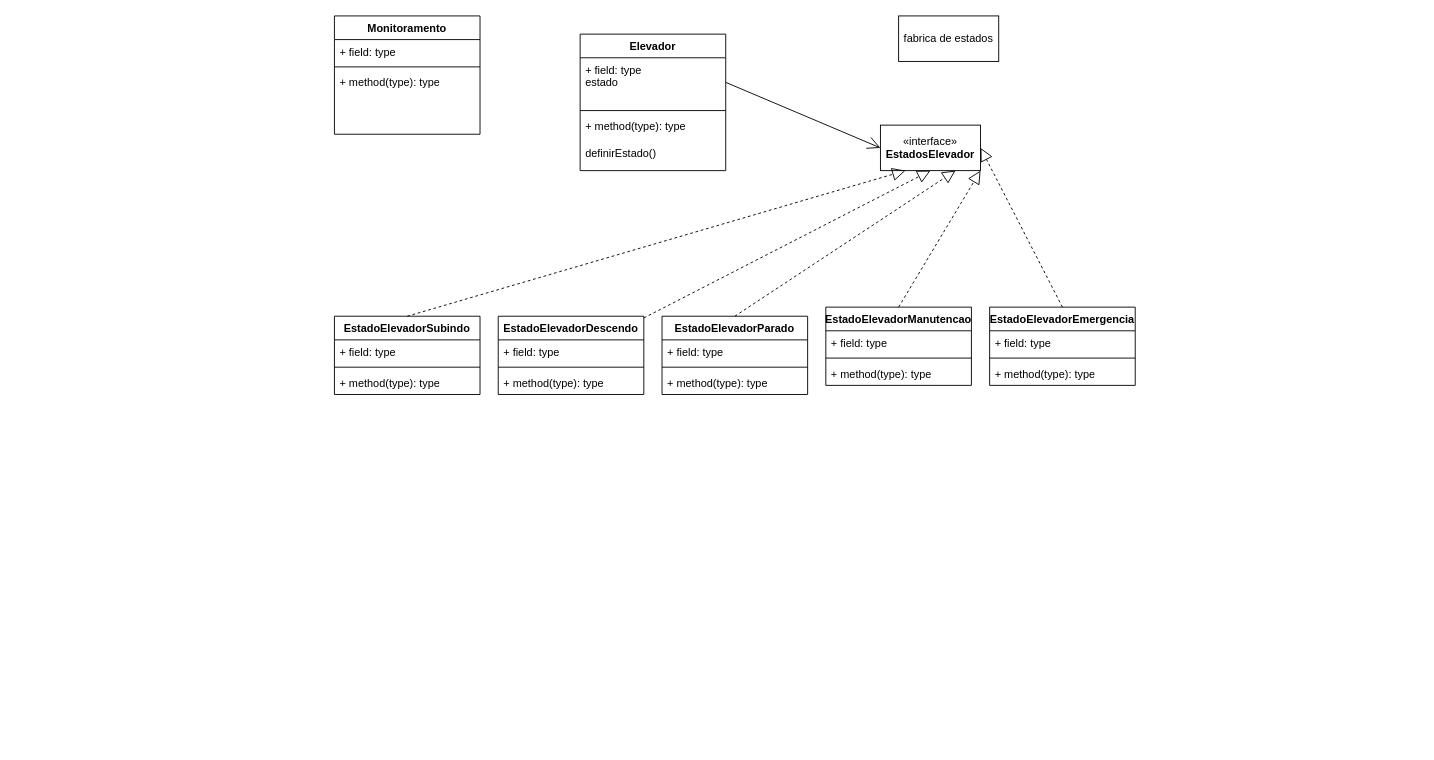
This is page "Exercicio Elevador" (4 of 4) of modulo-design-patterns/DiagramasUML.drawio from mosmendes/repo-mba-ufscar2025, a draw.io file, before an edit. Source tidied: cells renumbered, new cells numbered last; positions are measured from the earlier drawing's top-left corner, leaving out a move shared by most shapes. Both pictures are drawn from the tidied source at 91%, with x=0, y=0 at pixel (334, 15).
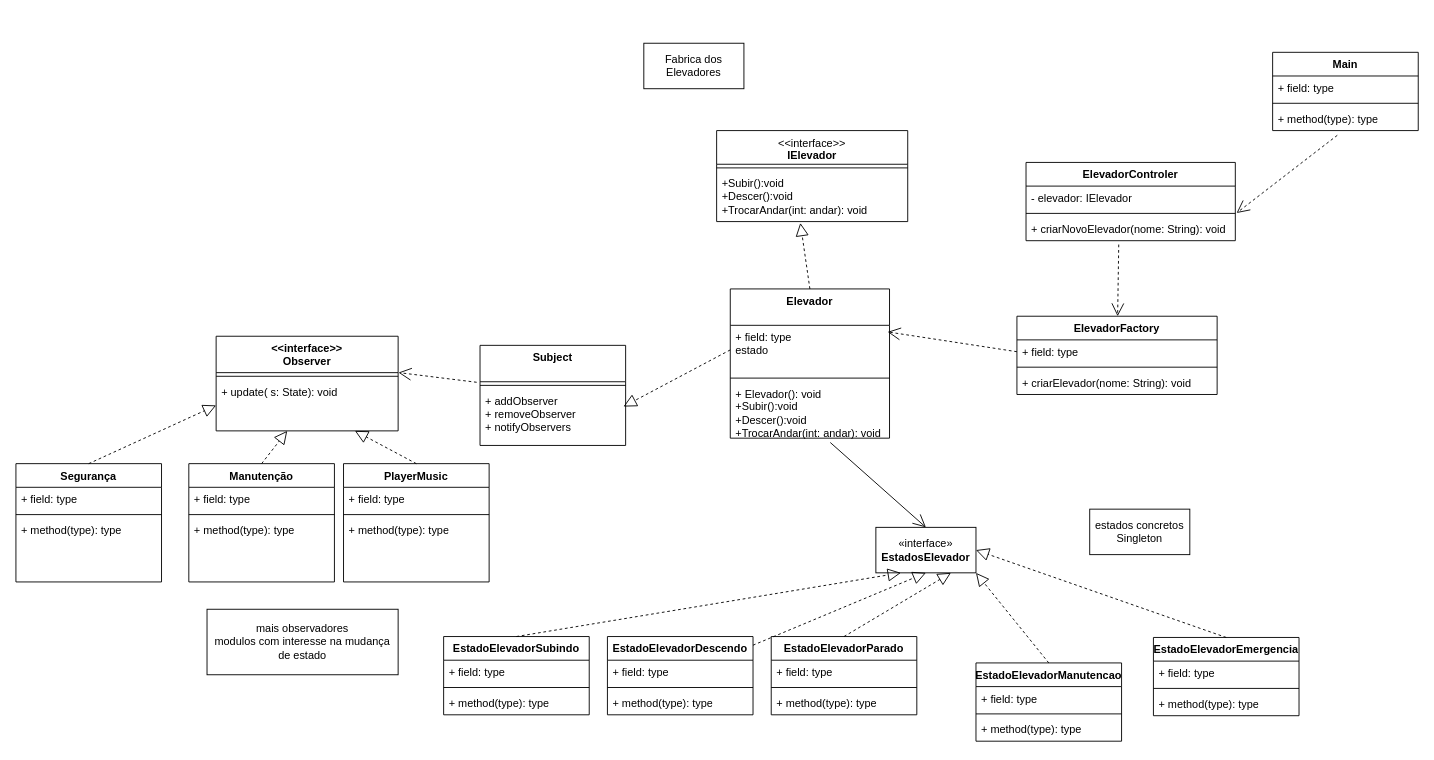
Above is the later version.

The edit, as a diff of the source:
```diff
@@
-    <mxCell id="2" value="Elevador" style="swimlane;fontStyle=1;align=center;verticalAlign=top;horizontal=1;startSize=26;whiteSpace=wrap;html=1;" parent="1" vertex="1">
-      <mxGeometry x="270" y="20" width="160" height="150" as="geometry" />
+    <mxCell id="2" value="Elevador" style="swimlane;fontStyle=1;align=center;verticalAlign=top;horizontal=1;startSize=40;whiteSpace=wrap;html=1;" parent="1" vertex="1">
+      <mxGeometry x="435" y="300" width="175" height="164" as="geometry" />
     </mxCell>
     <mxCell id="3" value="+ field: type&lt;div&gt;estado&lt;/div&gt;" style="text;strokeColor=none;fillColor=none;align=left;verticalAlign=top;spacingLeft=4;spacingRight=4;overflow=hidden;points=[[0,0.5],[1,0.5]];portConstraint=eastwest;whiteSpace=wrap;html=1;" parent="2" vertex="1">
-      <mxGeometry y="26" width="160" height="54" as="geometry" />
+      <mxGeometry y="40" width="175" height="54" as="geometry" />
     </mxCell>
     <mxCell id="4" style="line;strokeWidth=1;fillColor=none;align=left;verticalAlign=middle;spacingTop=-1;spacingLeft=3;spacingRight=3;labelPosition=right;strokeColor=inherit;" parent="2" vertex="1">
-      <mxGeometry y="80" width="160" height="8" as="geometry" />
+      <mxGeometry y="94" width="175" height="8" as="geometry" />
     </mxCell>
-    <mxCell id="5" value="+ method(type): type&lt;div&gt;&lt;br&gt;&lt;/div&gt;&lt;div&gt;definirEstado()&lt;/div&gt;&lt;div&gt;&lt;br&gt;&lt;/div&gt;" style="text;strokeColor=none;fillColor=none;align=left;verticalAlign=top;spacingLeft=4;spacingRight=4;overflow=hidden;points=[[0,0.5],[1,0.5]];portConstraint=eastwest;whiteSpace=wrap;html=1;" parent="2" vertex="1">
-      <mxGeometry y="88" width="160" height="62" as="geometry" />
+    <mxCell id="5" value="&lt;div&gt;+ Elevador(): void&lt;/div&gt;&lt;div&gt;&lt;div&gt;+Subir():void&lt;/div&gt;&lt;div&gt;+Descer():void&lt;/div&gt;&lt;div&gt;+TrocarAndar(int: andar): void&lt;/div&gt;&lt;/div&gt;" style="text;strokeColor=none;fillColor=none;align=left;verticalAlign=top;spacingLeft=4;spacingRight=4;overflow=hidden;points=[[0,0.5],[1,0.5]];portConstraint=eastwest;whiteSpace=wrap;html=1;" parent="2" vertex="1">
+      <mxGeometry y="102" width="175" height="62" as="geometry" />
     </mxCell>
     <mxCell id="6" value="«interface»&lt;br&gt;&lt;b&gt;EstadosElevador&lt;/b&gt;" style="html=1;whiteSpace=wrap;" parent="1" vertex="1">
-      <mxGeometry x="600" y="120" width="110" height="50" as="geometry" />
+      <mxGeometry x="595" y="562" width="110" height="50" as="geometry" />
     </mxCell>
     <mxCell id="7" value="EstadoElevadorSubindo" style="swimlane;fontStyle=1;align=center;verticalAlign=top;horizontal=1;startSize=26;whiteSpace=wrap;html=1;" parent="1" vertex="1">
-      <mxGeometry y="330" width="160" height="86" as="geometry" />
+      <mxGeometry x="120" y="682" width="160" height="86" as="geometry" />
     </mxCell>
@@
     <mxCell id="11" value="EstadoElevadorDescendo" style="swimlane;fontStyle=1;align=center;verticalAlign=top;horizontal=1;startSize=26;whiteSpace=wrap;html=1;" parent="1" vertex="1">
-      <mxGeometry x="180" y="330" width="160" height="86" as="geometry" />
+      <mxGeometry x="300" y="682" width="160" height="86" as="geometry" />
     </mxCell>
@@
     <mxCell id="15" value="EstadoElevadorParado" style="swimlane;fontStyle=1;align=center;verticalAlign=top;horizontal=1;startSize=26;whiteSpace=wrap;html=1;" parent="1" vertex="1">
-      <mxGeometry x="360" y="330" width="160" height="86" as="geometry" />
+      <mxGeometry x="480" y="682" width="160" height="86" as="geometry" />
     </mxCell>
@@
-    <mxCell id="22" style="endArrow=open;endFill=1;endSize=12;html=1;rounded=0;exitX=1;exitY=0.5;exitDx=0;exitDy=0;entryX=0;entryY=0.5;entryDx=0;entryDy=0;" parent="1" edge="1" source="3" target="6">
+    <mxCell id="22" style="endArrow=open;endFill=1;endSize=12;html=1;rounded=0;exitX=0.628;exitY=1.077;exitDx=0;exitDy=0;entryX=0.5;entryY=0;entryDx=0;entryDy=0;exitPerimeter=0;" parent="1" edge="1" source="5" target="6">
       <mxGeometry relative="1" as="geometry" />
     </mxCell>
     <mxCell id="23" value="EstadoElevadorManutencao" style="swimlane;fontStyle=1;align=center;verticalAlign=top;horizontal=1;startSize=26;whiteSpace=wrap;html=1;" parent="1" vertex="1">
-      <mxGeometry x="540" y="320" width="160" height="86" as="geometry" />
+      <mxGeometry x="705" y="711" width="160" height="86" as="geometry" />
     </mxCell>
@@
     <mxCell id="28" value="EstadoElevadorEmergencia" style="swimlane;fontStyle=1;align=center;verticalAlign=top;horizontal=1;startSize=26;whiteSpace=wrap;html=1;" parent="1" vertex="1">
-      <mxGeometry x="720" y="320" width="160" height="86" as="geometry" />
+      <mxGeometry x="900" y="683" width="160" height="86" as="geometry" />
     </mxCell>
@@
-    <mxCell id="33" value="Monitoramento" style="swimlane;fontStyle=1;align=center;verticalAlign=top;horizontal=1;startSize=26;whiteSpace=wrap;html=1;" parent="1" vertex="1">
-      <mxGeometry width="160" height="130" as="geometry" />
+    <mxCell id="33" value="Manutenção" style="swimlane;fontStyle=1;align=center;verticalAlign=top;horizontal=1;startSize=26;whiteSpace=wrap;html=1;" parent="1" vertex="1">
+      <mxGeometry x="-160" y="492" width="160" height="130" as="geometry" />
     </mxCell>
@@
-    <mxCell id="37" value="fabrica de estados" style="html=1;whiteSpace=wrap;" parent="1" vertex="1">
-      <mxGeometry x="620" width="110" height="50" as="geometry" />
-    </mxCell>
+    <mxCell id="38" value="&lt;div&gt;&amp;lt;&amp;lt;interface&amp;gt;&amp;gt;&lt;/div&gt;Observer" style="swimlane;fontStyle=1;align=center;verticalAlign=top;horizontal=1;startSize=40;whiteSpace=wrap;html=1;" parent="1" vertex="1">
+      <mxGeometry x="-130" y="352" width="200" height="104" as="geometry" />
+    </mxCell>
+    <mxCell id="39" style="line;strokeWidth=1;fillColor=none;align=left;verticalAlign=middle;spacingTop=-1;spacingLeft=3;spacingRight=3;labelPosition=right;strokeColor=inherit;" parent="38" vertex="1">
+      <mxGeometry y="40" width="200" height="8" as="geometry" />
+    </mxCell>
+    <mxCell id="40" value="+ update( s: State): void" style="text;strokeColor=none;fillColor=none;align=left;verticalAlign=top;spacingLeft=4;spacingRight=4;overflow=hidden;points=[[0,0.5],[1,0.5]];portConstraint=eastwest;whiteSpace=wrap;html=1;" parent="38" vertex="1">
+      <mxGeometry y="48" width="200" height="56" as="geometry" />
+    </mxCell>
+    <mxCell id="41" style="endArrow=block;dashed=1;endFill=0;endSize=12;html=1;rounded=0;exitX=0.5;exitY=0;exitDx=0;exitDy=0;" parent="1" edge="1" source="33" target="40">
+      <mxGeometry relative="1" as="geometry" />
+    </mxCell>
+    <mxCell id="42" value="Subject" style="swimlane;fontStyle=1;align=center;verticalAlign=top;horizontal=1;startSize=40;whiteSpace=wrap;html=1;" parent="1" vertex="1">
+      <mxGeometry x="160" y="362" width="160" height="110" as="geometry" />
+    </mxCell>
+    <mxCell id="43" style="line;strokeWidth=1;fillColor=none;align=left;verticalAlign=middle;spacingTop=-1;spacingLeft=3;spacingRight=3;labelPosition=right;strokeColor=inherit;" parent="42" vertex="1">
+      <mxGeometry y="40" width="160" height="8" as="geometry" />
+    </mxCell>
+    <mxCell id="44" value="&lt;div&gt;+ addObserver&lt;div&gt;+ removeObserver&lt;/div&gt;&lt;div&gt;+ notifyObservers&lt;/div&gt;&lt;/div&gt;" style="text;strokeColor=none;fillColor=none;align=left;verticalAlign=top;spacingLeft=4;spacingRight=4;overflow=hidden;points=[[0,0.5],[1,0.5]];portConstraint=eastwest;whiteSpace=wrap;html=1;" parent="42" vertex="1">
+      <mxGeometry y="48" width="160" height="62" as="geometry" />
+    </mxCell>
+    <mxCell id="45" style="endArrow=block;dashed=1;endFill=0;endSize=12;html=1;rounded=0;exitX=0;exitY=0.5;exitDx=0;exitDy=0;entryX=0.985;entryY=0.311;entryDx=0;entryDy=0;entryPerimeter=0;" parent="1" edge="1" source="3" target="44">
+      <mxGeometry relative="1" as="geometry" />
+    </mxCell>
+    <mxCell id="46" style="endArrow=open;endSize=12;dashed=1;html=1;rounded=0;exitX=-0.023;exitY=0.369;exitDx=0;exitDy=0;exitPerimeter=0;entryX=1.002;entryY=0.384;entryDx=0;entryDy=0;entryPerimeter=0;" parent="1" edge="1" source="42" target="38">
+      <mxGeometry relative="1" as="geometry" />
+    </mxCell>
+    <mxCell id="47" value="Main" style="swimlane;fontStyle=1;align=center;verticalAlign=top;horizontal=1;startSize=26;whiteSpace=wrap;html=1;" parent="1" vertex="1">
+      <mxGeometry x="1031" y="40" width="160" height="86" as="geometry" />
+    </mxCell>
+    <mxCell id="48" value="+ field: type" style="text;strokeColor=none;fillColor=none;align=left;verticalAlign=top;spacingLeft=4;spacingRight=4;overflow=hidden;whiteSpace=wrap;html=1;" parent="47" vertex="1">
+      <mxGeometry y="26" width="160" height="26" as="geometry" />
+    </mxCell>
+    <mxCell id="49" style="line;strokeWidth=1;fillColor=none;align=left;verticalAlign=middle;spacingTop=-1;spacingLeft=3;spacingRight=3;labelPosition=right;strokeColor=inherit;" parent="47" vertex="1">
+      <mxGeometry y="52" width="160" height="8" as="geometry" />
+    </mxCell>
+    <mxCell id="50" value="+ method(type): type" style="text;strokeColor=none;fillColor=none;align=left;verticalAlign=top;spacingLeft=4;spacingRight=4;overflow=hidden;points=[[0,0.5],[1,0.5]];portConstraint=eastwest;whiteSpace=wrap;html=1;" parent="47" vertex="1">
+      <mxGeometry y="60" width="160" height="26" as="geometry" />
+    </mxCell>
+    <mxCell id="51" value="Fabrica dos Elevadores" style="html=1;whiteSpace=wrap;" parent="1" vertex="1">
+      <mxGeometry x="340" y="30" width="110" height="50" as="geometry" />
+    </mxCell>
+    <mxCell id="52" value="mais observadores&lt;div&gt;modulos com interesse na mudança de estado&lt;/div&gt;" style="html=1;whiteSpace=wrap;" parent="1" vertex="1">
+      <mxGeometry x="-140" y="652" width="210" height="72" as="geometry" />
+    </mxCell>
+    <mxCell id="53" value="estados concretos Singleton" style="html=1;whiteSpace=wrap;" parent="1" vertex="1">
+      <mxGeometry x="830" y="542" width="110" height="50" as="geometry" />
+    </mxCell>
+    <mxCell id="54" value="PlayerMusic" style="swimlane;fontStyle=1;align=center;verticalAlign=top;horizontal=1;startSize=26;whiteSpace=wrap;html=1;" parent="1" vertex="1">
+      <mxGeometry x="10" y="492" width="160" height="130" as="geometry" />
+    </mxCell>
+    <mxCell id="55" value="+ field: type" style="text;strokeColor=none;fillColor=none;align=left;verticalAlign=top;spacingLeft=4;spacingRight=4;overflow=hidden;whiteSpace=wrap;html=1;" parent="54" vertex="1">
+      <mxGeometry y="26" width="160" height="26" as="geometry" />
+    </mxCell>
+    <mxCell id="56" style="line;strokeWidth=1;fillColor=none;align=left;verticalAlign=middle;spacingTop=-1;spacingLeft=3;spacingRight=3;labelPosition=right;strokeColor=inherit;" parent="54" vertex="1">
+      <mxGeometry y="52" width="160" height="8" as="geometry" />
+    </mxCell>
+    <mxCell id="57" value="+ method(type): type" style="text;strokeColor=none;fillColor=none;align=left;verticalAlign=top;spacingLeft=4;spacingRight=4;overflow=hidden;whiteSpace=wrap;html=1;" parent="54" vertex="1">
+      <mxGeometry y="60" width="160" height="70" as="geometry" />
+    </mxCell>
+    <mxCell id="58" style="endArrow=block;dashed=1;endFill=0;endSize=12;html=1;rounded=0;exitX=0.5;exitY=0;exitDx=0;exitDy=0;" parent="1" edge="1" source="54" target="40">
+      <mxGeometry relative="1" as="geometry" />
+    </mxCell>
+    <mxCell id="59" value="ElevadorControler" style="swimlane;fontStyle=1;align=center;verticalAlign=top;horizontal=1;startSize=26;whiteSpace=wrap;html=1;" parent="1" vertex="1">
+      <mxGeometry x="760" y="161" width="230" height="86" as="geometry" />
+    </mxCell>
+    <mxCell id="60" value="- elevador: IElevador" style="text;strokeColor=none;fillColor=none;align=left;verticalAlign=top;spacingLeft=4;spacingRight=4;overflow=hidden;points=[[0,0.5],[1,0.5]];portConstraint=eastwest;whiteSpace=wrap;html=1;" parent="59" vertex="1">
+      <mxGeometry y="26" width="230" height="26" as="geometry" />
+    </mxCell>
+    <mxCell id="61" style="line;strokeWidth=1;fillColor=none;align=left;verticalAlign=middle;spacingTop=-1;spacingLeft=3;spacingRight=3;labelPosition=right;strokeColor=inherit;" parent="59" vertex="1">
+      <mxGeometry y="52" width="230" height="8" as="geometry" />
+    </mxCell>
+    <mxCell id="62" value="+ criarNovoElevador(nome: String): void" style="text;strokeColor=none;fillColor=none;align=left;verticalAlign=top;spacingLeft=4;spacingRight=4;overflow=hidden;points=[[0,0.5],[1,0.5]];portConstraint=eastwest;whiteSpace=wrap;html=1;" parent="59" vertex="1">
+      <mxGeometry y="60" width="230" height="26" as="geometry" />
+    </mxCell>
+    <mxCell id="63" value="ElevadorFactory" style="swimlane;fontStyle=1;align=center;verticalAlign=top;horizontal=1;startSize=26;whiteSpace=wrap;html=1;" parent="1" vertex="1">
+      <mxGeometry x="750" y="330" width="220" height="86" as="geometry" />
+    </mxCell>
+    <mxCell id="64" value="+ field: type" style="text;strokeColor=none;fillColor=none;align=left;verticalAlign=top;spacingLeft=4;spacingRight=4;overflow=hidden;points=[[0,0.5],[1,0.5]];portConstraint=eastwest;whiteSpace=wrap;html=1;" parent="63" vertex="1">
+      <mxGeometry y="26" width="220" height="26" as="geometry" />
+    </mxCell>
+    <mxCell id="65" style="line;strokeWidth=1;fillColor=none;align=left;verticalAlign=middle;spacingTop=-1;spacingLeft=3;spacingRight=3;labelPosition=right;strokeColor=inherit;" parent="63" vertex="1">
+      <mxGeometry y="52" width="220" height="8" as="geometry" />
+    </mxCell>
+    <mxCell id="66" value="+ criarElevador(nome: String): void" style="text;strokeColor=none;fillColor=none;align=left;verticalAlign=top;spacingLeft=4;spacingRight=4;overflow=hidden;whiteSpace=wrap;html=1;" parent="63" vertex="1">
+      <mxGeometry y="60" width="220" height="26" as="geometry" />
+    </mxCell>
+    <mxCell id="67" style="endArrow=block;dashed=1;endFill=0;endSize=12;html=1;rounded=0;exitX=0.5;exitY=0;exitDx=0;exitDy=0;entryX=0.438;entryY=1.027;entryDx=0;entryDy=0;entryPerimeter=0;" parent="1" edge="1" source="2" target="78">
+      <mxGeometry relative="1" as="geometry" />
+    </mxCell>
+    <mxCell id="68" style="endArrow=open;endSize=12;dashed=1;html=1;rounded=0;exitX=0.444;exitY=1.2;exitDx=0;exitDy=0;entryX=1.006;entryY=1.138;entryDx=0;entryDy=0;exitPerimeter=0;entryPerimeter=0;" parent="1" edge="1" source="50" target="60">
+      <mxGeometry relative="1" as="geometry" />
+    </mxCell>
+    <mxCell id="69" style="endArrow=open;endSize=12;dashed=1;html=1;rounded=0;exitX=0.443;exitY=1.163;exitDx=0;exitDy=0;exitPerimeter=0;" parent="1" edge="1" source="62" target="63">
+      <mxGeometry relative="1" as="geometry" />
+    </mxCell>
+    <mxCell id="70" style="endArrow=open;endSize=12;dashed=1;html=1;rounded=0;exitX=0;exitY=0.5;exitDx=0;exitDy=0;entryX=0.988;entryY=0.134;entryDx=0;entryDy=0;entryPerimeter=0;" parent="1" edge="1" source="64" target="3">
+      <mxGeometry relative="1" as="geometry" />
+    </mxCell>
+    <mxCell id="71" value="Segurança" style="swimlane;fontStyle=1;align=center;verticalAlign=top;horizontal=1;startSize=26;whiteSpace=wrap;html=1;" parent="1" vertex="1">
+      <mxGeometry x="-350" y="492" width="160" height="130" as="geometry" />
+    </mxCell>
+    <mxCell id="72" value="+ field: type" style="text;strokeColor=none;fillColor=none;align=left;verticalAlign=top;spacingLeft=4;spacingRight=4;overflow=hidden;whiteSpace=wrap;html=1;" parent="71" vertex="1">
+      <mxGeometry y="26" width="160" height="26" as="geometry" />
+    </mxCell>
+    <mxCell id="73" style="line;strokeWidth=1;fillColor=none;align=left;verticalAlign=middle;spacingTop=-1;spacingLeft=3;spacingRight=3;labelPosition=right;strokeColor=inherit;" parent="71" vertex="1">
+      <mxGeometry y="52" width="160" height="8" as="geometry" />
+    </mxCell>
+    <mxCell id="74" value="+ method(type): type" style="text;strokeColor=none;fillColor=none;align=left;verticalAlign=top;spacingLeft=4;spacingRight=4;overflow=hidden;whiteSpace=wrap;html=1;" parent="71" vertex="1">
+      <mxGeometry y="60" width="160" height="70" as="geometry" />
+    </mxCell>
+    <mxCell id="75" style="endArrow=block;dashed=1;endFill=0;endSize=12;html=1;rounded=0;exitX=0.5;exitY=0;exitDx=0;exitDy=0;entryX=0;entryY=0.5;entryDx=0;entryDy=0;" parent="1" edge="1" source="71" target="40">
+      <mxGeometry relative="1" as="geometry" />
+    </mxCell>
+    <mxCell id="76" value="&amp;lt;&amp;lt;interface&amp;gt;&amp;gt;&lt;div&gt;&lt;b&gt;IElevador&lt;/b&gt;&lt;br&gt;&lt;/div&gt;" style="swimlane;fontStyle=0;align=center;verticalAlign=top;horizontal=1;startSize=37;html=1;whiteSpace=wrap;" parent="1" vertex="1">
+      <mxGeometry x="420" y="126" width="210" height="100" as="geometry" />
+    </mxCell>
+    <mxCell id="77" style="line;strokeWidth=1;fillColor=none;align=left;verticalAlign=middle;spacingTop=-1;spacingLeft=3;spacingRight=3;labelPosition=right;" parent="76" vertex="1">
+      <mxGeometry y="37" width="210" height="8" as="geometry" />
+    </mxCell>
+    <mxCell id="78" value="&lt;div&gt;+Subir():void&lt;/div&gt;&lt;div&gt;+Descer():void&lt;/div&gt;&lt;div&gt;+TrocarAndar(int: andar): void&lt;/div&gt;" style="text;html=1;strokeColor=none;fillColor=none;align=left;verticalAlign=middle;spacingLeft=4;spacingRight=4;overflow=hidden;points=[[0,0.5],[1,0.5]];portConstraint=eastwest;whiteSpace=wrap;" parent="76" vertex="1">
+      <mxGeometry y="45" width="210" height="55" as="geometry" />
+    </mxCell>
```
